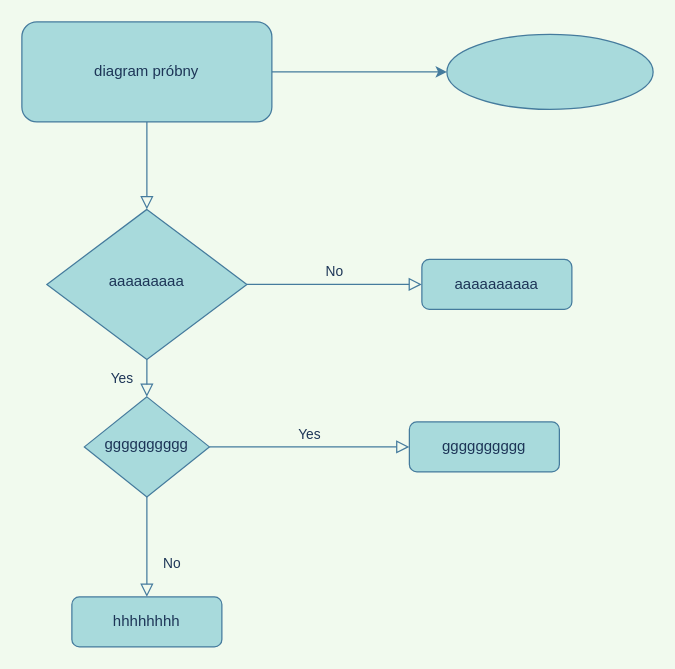
Before: ikony, czcionki/Diagram bez tytułu.drawio in MichalG1910/allpythonfiles, a draw.io diagram. Source tidied: cells renumbered, new cells numbered last; positions are measured from the earlier drawing's top-left corner, leaving out a move shared by most shapes. Both pictures are drawn from the tidied source at 125%, with x=0, y=0 at pixel (21, 21).
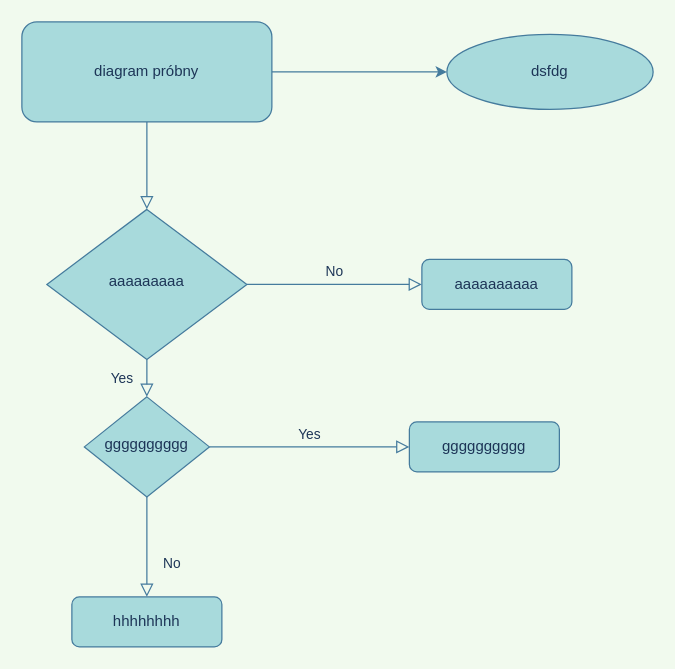
After the change.

Commit message:
draw.io upgrade diagramu

Change to the diagram source:
```diff
@@
 <mxGraphModel background="#F1FAEE">
   <root>
     <mxCell id="0" />
     <mxCell id="1" parent="0" />
     <mxCell id="2" style="rounded=0;html=1;jettySize=auto;fontSize=11;endArrow=block;endFill=0;endSize=8;strokeWidth=1;shadow=0;labelBackgroundColor=none;edgeStyle=orthogonalEdgeStyle;strokeColor=#457B9D;fontColor=#1D3557;" parent="1" edge="1" source="4" target="7">
       <mxGeometry relative="1" as="geometry" />
     </mxCell>
     <mxCell id="3" style="edgeStyle=orthogonalEdgeStyle;rounded=0;jettySize=auto;html=1;strokeColor=#457B9D;fontColor=#1D3557;fillColor=#A8DADC;entryX=0;entryY=0.5;entryDx=0;entryDy=0;" parent="1" edge="1" source="4" target="14">
       <mxGeometry relative="1" as="geometry" />
     </mxCell>
     <mxCell id="4" value="diagram próbny" style="rounded=1;whiteSpace=wrap;html=1;fontSize=12;glass=0;strokeWidth=1;shadow=0;fillColor=#A8DADC;strokeColor=#457B9D;fontColor=#1D3557;" parent="1" vertex="1">
       <mxGeometry width="200" height="80" as="geometry" />
     </mxCell>
     <mxCell id="5" value="Yes" style="rounded=0;html=1;jettySize=auto;fontSize=11;endArrow=block;endFill=0;endSize=8;strokeWidth=1;shadow=0;labelBackgroundColor=none;edgeStyle=orthogonalEdgeStyle;strokeColor=#457B9D;fontColor=#1D3557;" parent="1" edge="1" source="7" target="11">
       <mxGeometry y="20" relative="1" as="geometry" />
     </mxCell>
     <mxCell id="6" value="No" style="edgeStyle=orthogonalEdgeStyle;rounded=0;html=1;jettySize=auto;fontSize=11;endArrow=block;endFill=0;endSize=8;strokeWidth=1;shadow=0;labelBackgroundColor=none;strokeColor=#457B9D;fontColor=#1D3557;" parent="1" edge="1" source="7" target="8">
       <mxGeometry y="10" relative="1" as="geometry" />
     </mxCell>
     <mxCell id="7" value="aaaaaaaaa" style="rhombus;whiteSpace=wrap;html=1;shadow=0;fontFamily=Helvetica;fontSize=12;align=center;strokeWidth=1;spacing=6;spacingTop=-4;fillColor=#A8DADC;strokeColor=#457B9D;fontColor=#1D3557;" parent="1" vertex="1">
       <mxGeometry x="20" y="150" width="160" height="120" as="geometry" />
     </mxCell>
     <mxCell id="8" value="aaaaaaaaaa" style="rounded=1;whiteSpace=wrap;html=1;fontSize=12;glass=0;strokeWidth=1;shadow=0;fillColor=#A8DADC;strokeColor=#457B9D;fontColor=#1D3557;" parent="1" vertex="1">
       <mxGeometry x="320" y="190" width="120" height="40" as="geometry" />
     </mxCell>
     <mxCell id="9" value="No" style="rounded=0;html=1;jettySize=auto;fontSize=11;endArrow=block;endFill=0;endSize=8;strokeWidth=1;shadow=0;labelBackgroundColor=none;edgeStyle=orthogonalEdgeStyle;strokeColor=#457B9D;fontColor=#1D3557;" parent="1" edge="1" source="11" target="12">
       <mxGeometry x="0.33" y="20" relative="1" as="geometry" />
     </mxCell>
     <mxCell id="10" value="Yes" style="edgeStyle=orthogonalEdgeStyle;rounded=0;html=1;jettySize=auto;fontSize=11;endArrow=block;endFill=0;endSize=8;strokeWidth=1;shadow=0;labelBackgroundColor=none;strokeColor=#457B9D;fontColor=#1D3557;" parent="1" edge="1" source="11" target="13">
       <mxGeometry y="10" relative="1" as="geometry" />
     </mxCell>
     <mxCell id="11" value="gggggggggg" style="rhombus;whiteSpace=wrap;html=1;shadow=0;fontFamily=Helvetica;fontSize=12;align=center;strokeWidth=1;spacing=6;spacingTop=-4;fillColor=#A8DADC;strokeColor=#457B9D;fontColor=#1D3557;" parent="1" vertex="1">
       <mxGeometry x="50" y="300" width="100" height="80" as="geometry" />
     </mxCell>
     <mxCell id="12" value="hhhhhhhh" style="rounded=1;whiteSpace=wrap;html=1;fontSize=12;glass=0;strokeWidth=1;shadow=0;fillColor=#A8DADC;strokeColor=#457B9D;fontColor=#1D3557;" parent="1" vertex="1">
       <mxGeometry x="40" y="460" width="120" height="40" as="geometry" />
     </mxCell>
     <mxCell id="13" value="gggggggggg" style="rounded=1;whiteSpace=wrap;html=1;fontSize=12;glass=0;strokeWidth=1;shadow=0;fillColor=#A8DADC;strokeColor=#457B9D;fontColor=#1D3557;" parent="1" vertex="1">
       <mxGeometry x="310" y="320" width="120" height="40" as="geometry" />
     </mxCell>
-    <mxCell id="14" style="ellipse;whiteSpace=wrap;html=1;fillColor=#A8DADC;strokeColor=#457B9D;fontColor=#1D3557;rounded=1;glass=0;strokeWidth=1;shadow=0;" parent="1" vertex="1">
+    <mxCell id="14" value="dsfdg" style="ellipse;whiteSpace=wrap;html=1;fillColor=#A8DADC;strokeColor=#457B9D;fontColor=#1D3557;rounded=1;glass=0;strokeWidth=1;shadow=0;" parent="1" vertex="1">
       <mxGeometry x="340" y="10" width="165" height="60" as="geometry" />
     </mxCell>
   </root>
 </mxGraphModel>
```
